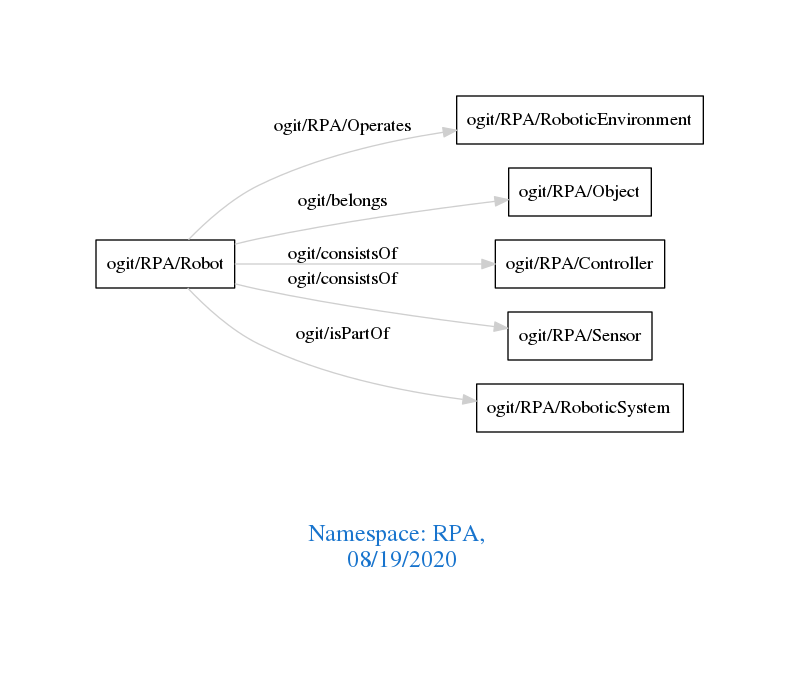
Before: downloads/RPA.png, a diagram exported from Graphviz (arago/OGIT). Its source is kept beside it as downloads/RPA.dot.
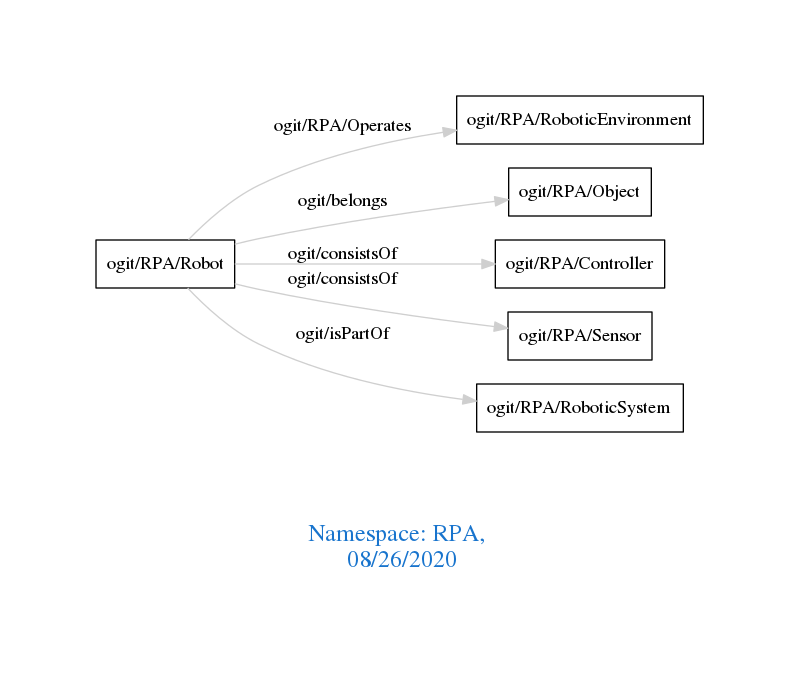
After the change.

Diff of the diagram source:
```diff
@@ -1,7 +1,7 @@
 digraph OGIT_ontology {
  graph [ rankdir= LR,pad=1
 fontsize = 18,
-fontcolor= dodgerblue3,label = "\n\n\nNamespace: RPA, \n 08/19/2020"];
+fontcolor= dodgerblue3,label = "\n\n\nNamespace: RPA, \n 08/26/2020"];
 node[shape=polygon];
 edge [  color="gray81"];
 
```
